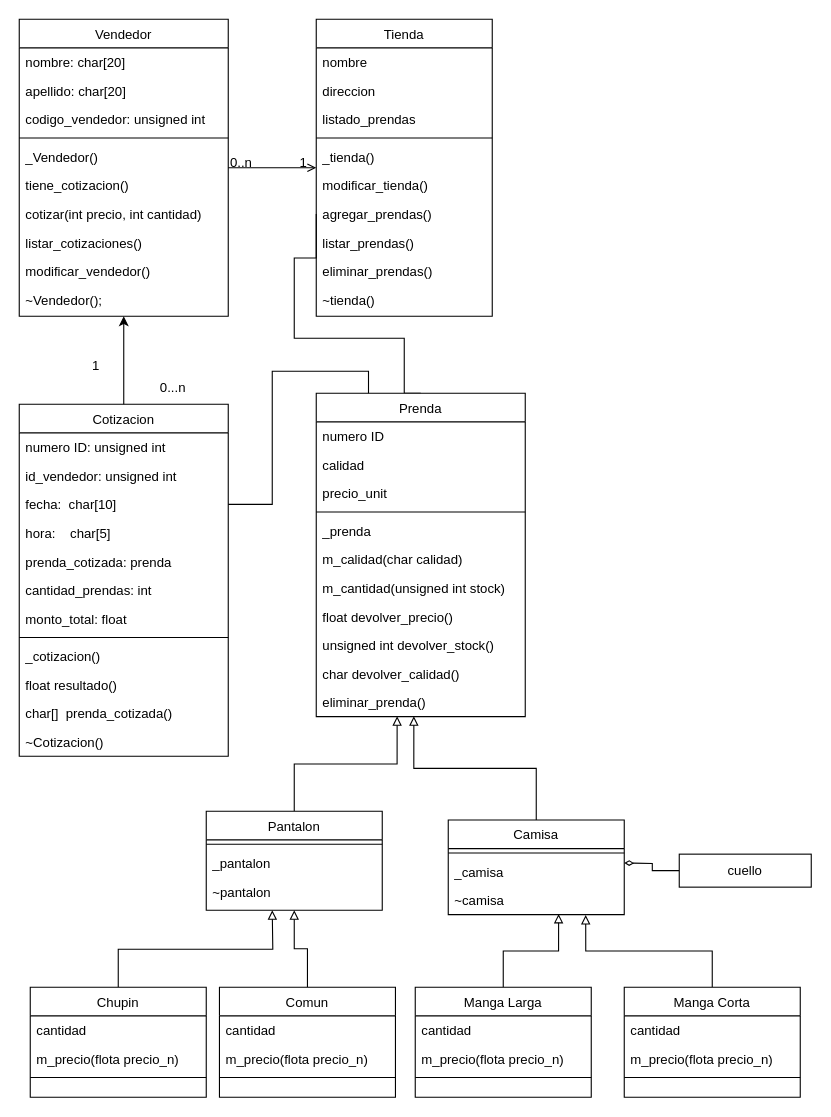
Santira243/PracticaQuark keeps this draw.io diagram as Diagrama_Clases.drawio. Above is the earlier version. Source tidied: cells renumbered, new cells numbered last; positions are measured from the earlier drawing's top-left corner, leaving out a move shared by most shapes. Both pictures are drawn from the tidied source at 110%, with x=0, y=0 at pixel (19, 19).
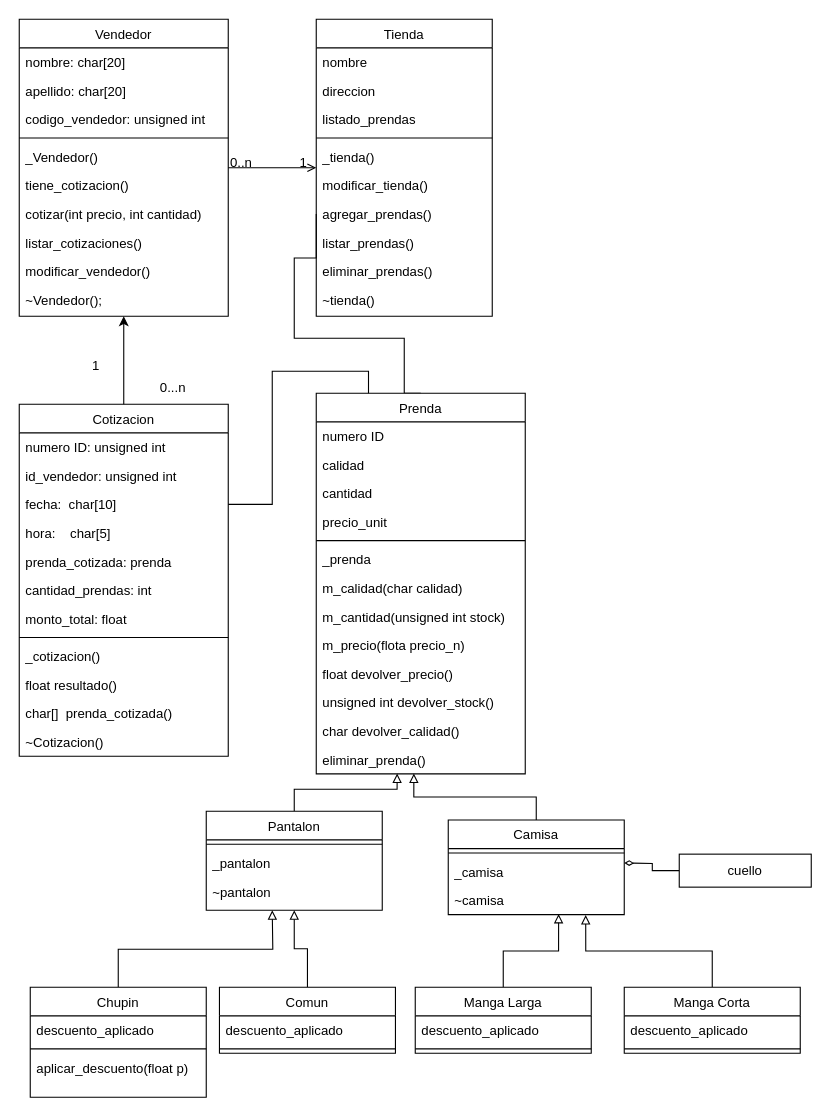
Above is the later version.

Commit message:
con descuentos

Unchanged cells that the change refers to:
```xml
<mxCell id="70" value="Chupin" style="swimlane;fontStyle=0;align=center;verticalAlign=top;horizontal=1;startSize=26;rounded=0;shadow=0;strokeWidth=1;" parent="1" vertex="1">
  <mxGeometry x="10" y="880" width="160" height="100" as="geometry" />
</mxCell>
```

Change to the diagram source:
```diff
@@
     <mxCell id="42" value="Prenda" style="swimlane;fontStyle=0;align=center;verticalAlign=top;horizontal=1;startSize=26;rounded=0;shadow=0;strokeWidth=1;" parent="1" vertex="1">
-      <mxGeometry x="270" y="340" width="190" height="294" as="geometry" />
+      <mxGeometry x="270" y="340" width="190" height="346" as="geometry" />
     </mxCell>
@@
+    <mxCell id="71" value="cantidad" style="text;align=left;verticalAlign=top;spacingLeft=4;spacingRight=4;overflow=hidden;rounded=0;shadow=0;html=0;" parent="42" vertex="1">
+      <mxGeometry y="78" width="190" height="26" as="geometry" />
+    </mxCell>
     <mxCell id="45" value="precio_unit" style="text;align=left;verticalAlign=top;spacingLeft=4;spacingRight=4;overflow=hidden;rounded=0;shadow=0;html=0;" parent="42" vertex="1">
-      <mxGeometry y="78" width="190" height="26" as="geometry" />
+      <mxGeometry y="104" width="190" height="26" as="geometry" />
     </mxCell>
     <mxCell id="46" style="line;html=1;strokeWidth=1;align=left;verticalAlign=middle;spacingTop=-1;spacingLeft=3;spacingRight=3;labelPosition=right;" parent="42" vertex="1">
-      <mxGeometry y="104" width="190" height="8" as="geometry" />
+      <mxGeometry y="130" width="190" height="8" as="geometry" />
     </mxCell>
     <mxCell id="47" value="_prenda" style="text;align=left;verticalAlign=top;spacingLeft=4;spacingRight=4;overflow=hidden;rounded=0;shadow=0;html=0;" parent="42" vertex="1">
-      <mxGeometry y="112" width="190" height="26" as="geometry" />
+      <mxGeometry y="138" width="190" height="26" as="geometry" />
     </mxCell>
     <mxCell id="48" value="m_calidad(char calidad)" style="text;align=left;verticalAlign=top;spacingLeft=4;spacingRight=4;overflow=hidden;rounded=0;shadow=0;html=0;" parent="42" vertex="1">
-      <mxGeometry y="138" width="190" height="26" as="geometry" />
+      <mxGeometry y="164" width="190" height="26" as="geometry" />
     </mxCell>
     <mxCell id="49" value="m_cantidad(unsigned int stock)" style="text;align=left;verticalAlign=top;spacingLeft=4;spacingRight=4;overflow=hidden;rounded=0;shadow=0;html=0;" parent="42" vertex="1">
-      <mxGeometry y="164" width="190" height="26" as="geometry" />
+      <mxGeometry y="190" width="190" height="26" as="geometry" />
     </mxCell>
+    <mxCell id="72" value="m_precio(flota precio_n)" style="text;align=left;verticalAlign=top;spacingLeft=4;spacingRight=4;overflow=hidden;rounded=0;shadow=0;html=0;" parent="42" vertex="1">
+      <mxGeometry y="216" width="190" height="26" as="geometry" />
+    </mxCell>
     <mxCell id="50" value="float devolver_precio()" style="text;align=left;verticalAlign=top;spacingLeft=4;spacingRight=4;overflow=hidden;rounded=0;shadow=0;html=0;" parent="42" vertex="1">
-      <mxGeometry y="190" width="190" height="26" as="geometry" />
+      <mxGeometry y="242" width="190" height="26" as="geometry" />
     </mxCell>
     <mxCell id="51" value="unsigned int devolver_stock()" style="text;align=left;verticalAlign=top;spacingLeft=4;spacingRight=4;overflow=hidden;rounded=0;shadow=0;html=0;" parent="42" vertex="1">
-      <mxGeometry y="216" width="190" height="26" as="geometry" />
+      <mxGeometry y="268" width="190" height="26" as="geometry" />
     </mxCell>
     <mxCell id="52" value="char devolver_calidad()" style="text;align=left;verticalAlign=top;spacingLeft=4;spacingRight=4;overflow=hidden;rounded=0;shadow=0;html=0;" parent="42" vertex="1">
-      <mxGeometry y="242" width="190" height="26" as="geometry" />
+      <mxGeometry y="294" width="190" height="26" as="geometry" />
     </mxCell>
     <mxCell id="53" value="eliminar_prenda()&#10;" style="text;align=left;verticalAlign=top;spacingLeft=4;spacingRight=4;overflow=hidden;points=[[0,0.5],[1,0.5]];portConstraint=eastwest;rounded=0;shadow=0;html=0;" parent="42" vertex="1">
-      <mxGeometry y="268" width="190" height="26" as="geometry" />
+      <mxGeometry y="320" width="190" height="26" as="geometry" />
     </mxCell>
@@
-    <mxCell id="71" value="cantidad" style="text;align=left;verticalAlign=top;spacingLeft=4;spacingRight=4;overflow=hidden;rounded=0;shadow=0;html=0;" parent="70" vertex="1">
-      <mxGeometry y="26" width="160" height="26" as="geometry" />
-    </mxCell>
-    <mxCell id="72" value="m_precio(flota precio_n)" style="text;align=left;verticalAlign=top;spacingLeft=4;spacingRight=4;overflow=hidden;rounded=0;shadow=0;html=0;" parent="70" vertex="1">
-      <mxGeometry y="52" width="160" height="26" as="geometry" />
-    </mxCell>
+    <mxCell id="89" value="descuento_aplicado" style="text;align=left;verticalAlign=top;spacingLeft=4;spacingRight=4;overflow=hidden;rounded=0;shadow=0;html=0;" parent="70" vertex="1">
+      <mxGeometry y="26" width="160" height="26" as="geometry" />
+    </mxCell>
     <mxCell id="73" style="line;html=1;strokeWidth=1;align=left;verticalAlign=middle;spacingTop=-1;spacingLeft=3;spacingRight=3;labelPosition=right;" parent="70" vertex="1">
-      <mxGeometry y="78" width="160" height="8" as="geometry" />
+      <mxGeometry y="52" width="160" height="8" as="geometry" />
     </mxCell>
+    <mxCell id="90" value="aplicar_descuento(float p)" style="text;align=left;verticalAlign=top;spacingLeft=4;spacingRight=4;overflow=hidden;rounded=0;shadow=0;html=0;" parent="70" vertex="1">
+      <mxGeometry y="60" width="160" height="26" as="geometry" />
+    </mxCell>
@@
     <mxCell id="75" value="Comun" style="swimlane;fontStyle=0;align=center;verticalAlign=top;horizontal=1;startSize=26;rounded=0;shadow=0;strokeWidth=1;" parent="1" vertex="1">
-      <mxGeometry x="182" y="880" width="160" height="100" as="geometry" />
+      <mxGeometry x="182" y="880" width="160" height="60" as="geometry" />
     </mxCell>
-    <mxCell id="76" value="cantidad" style="text;align=left;verticalAlign=top;spacingLeft=4;spacingRight=4;overflow=hidden;rounded=0;shadow=0;html=0;" parent="75" vertex="1">
-      <mxGeometry y="26" width="160" height="26" as="geometry" />
-    </mxCell>
-    <mxCell id="77" value="m_precio(flota precio_n)" style="text;align=left;verticalAlign=top;spacingLeft=4;spacingRight=4;overflow=hidden;rounded=0;shadow=0;html=0;" parent="75" vertex="1">
-      <mxGeometry y="52" width="160" height="26" as="geometry" />
-    </mxCell>
+    <mxCell id="91" value="descuento_aplicado" style="text;align=left;verticalAlign=top;spacingLeft=4;spacingRight=4;overflow=hidden;rounded=0;shadow=0;html=0;" parent="75" vertex="1">
+      <mxGeometry y="26" width="160" height="26" as="geometry" />
+    </mxCell>
     <mxCell id="78" style="line;html=1;strokeWidth=1;align=left;verticalAlign=middle;spacingTop=-1;spacingLeft=3;spacingRight=3;labelPosition=right;" parent="75" vertex="1">
-      <mxGeometry y="78" width="160" height="8" as="geometry" />
+      <mxGeometry y="52" width="160" height="8" as="geometry" />
     </mxCell>
@@
     <mxCell id="80" value="Manga Larga" style="swimlane;fontStyle=0;align=center;verticalAlign=top;horizontal=1;startSize=26;rounded=0;shadow=0;strokeWidth=1;" parent="1" vertex="1">
-      <mxGeometry x="360" y="880" width="160" height="100" as="geometry" />
+      <mxGeometry x="360" y="880" width="160" height="60" as="geometry" />
     </mxCell>
-    <mxCell id="81" value="cantidad" style="text;align=left;verticalAlign=top;spacingLeft=4;spacingRight=4;overflow=hidden;rounded=0;shadow=0;html=0;" parent="80" vertex="1">
-      <mxGeometry y="26" width="160" height="26" as="geometry" />
-    </mxCell>
-    <mxCell id="82" value="m_precio(flota precio_n)" style="text;align=left;verticalAlign=top;spacingLeft=4;spacingRight=4;overflow=hidden;rounded=0;shadow=0;html=0;" parent="80" vertex="1">
-      <mxGeometry y="52" width="160" height="26" as="geometry" />
-    </mxCell>
+    <mxCell id="92" value="descuento_aplicado" style="text;align=left;verticalAlign=top;spacingLeft=4;spacingRight=4;overflow=hidden;rounded=0;shadow=0;html=0;" parent="80" vertex="1">
+      <mxGeometry y="26" width="160" height="26" as="geometry" />
+    </mxCell>
     <mxCell id="83" style="line;html=1;strokeWidth=1;align=left;verticalAlign=middle;spacingTop=-1;spacingLeft=3;spacingRight=3;labelPosition=right;" parent="80" vertex="1">
-      <mxGeometry y="78" width="160" height="8" as="geometry" />
+      <mxGeometry y="52" width="160" height="8" as="geometry" />
     </mxCell>
@@
     <mxCell id="85" value="Manga Corta" style="swimlane;fontStyle=0;align=center;verticalAlign=top;horizontal=1;startSize=26;rounded=0;shadow=0;strokeWidth=1;" parent="1" vertex="1">
-      <mxGeometry x="550" y="880" width="160" height="100" as="geometry" />
+      <mxGeometry x="550" y="880" width="160" height="60" as="geometry" />
     </mxCell>
-    <mxCell id="86" value="cantidad" style="text;align=left;verticalAlign=top;spacingLeft=4;spacingRight=4;overflow=hidden;rounded=0;shadow=0;html=0;" parent="85" vertex="1">
-      <mxGeometry y="26" width="160" height="26" as="geometry" />
-    </mxCell>
-    <mxCell id="87" value="m_precio(flota precio_n)" style="text;align=left;verticalAlign=top;spacingLeft=4;spacingRight=4;overflow=hidden;rounded=0;shadow=0;html=0;" parent="85" vertex="1">
-      <mxGeometry y="52" width="160" height="26" as="geometry" />
-    </mxCell>
+    <mxCell id="93" value="descuento_aplicado" style="text;align=left;verticalAlign=top;spacingLeft=4;spacingRight=4;overflow=hidden;rounded=0;shadow=0;html=0;" parent="85" vertex="1">
+      <mxGeometry y="26" width="160" height="26" as="geometry" />
+    </mxCell>
     <mxCell id="88" style="line;html=1;strokeWidth=1;align=left;verticalAlign=middle;spacingTop=-1;spacingLeft=3;spacingRight=3;labelPosition=right;" parent="85" vertex="1">
-      <mxGeometry y="78" width="160" height="8" as="geometry" />
+      <mxGeometry y="52" width="160" height="8" as="geometry" />
     </mxCell>
```
